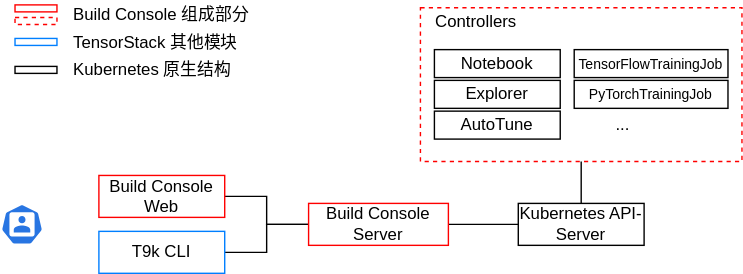
Before: src/assets/modules/building/architecture.drawio.svg, a diagram exported from draw.io (t9k/user-manuals). Source tidied: cells renumbered, new cells last; positions are measured from the earlier drawing's top-left corner, leaving out a move shared by most shapes. The source it was exported from:
```xml
<mxGraphModel>
  <root>
    <mxCell id="0" />
    <mxCell id="1" parent="0" />
    <mxCell id="2" style="edgeStyle=orthogonalEdgeStyle;rounded=0;jettySize=auto;html=1;exitX=0.5;exitY=1;exitDx=0;exitDy=0;entryX=0.5;entryY=0;entryDx=0;entryDy=0;endArrow=none;endFill=0;" parent="1" edge="1" source="3" target="10">
      <mxGeometry relative="1" as="geometry" />
    </mxCell>
    <mxCell id="3" style="rounded=0;whiteSpace=wrap;html=1;fillColor=none;dashed=1;strokeColor=#FF0000;" parent="1" vertex="1">
      <mxGeometry x="300" y="5" width="230" height="110" as="geometry" />
    </mxCell>
    <mxCell id="4" style="edgeStyle=orthogonalEdgeStyle;rounded=0;jettySize=auto;html=1;exitX=1;exitY=0.5;exitDx=0;exitDy=0;entryX=0;entryY=0.5;entryDx=0;entryDy=0;endArrow=none;endFill=0;" parent="1" edge="1" source="5" target="9">
      <mxGeometry relative="1" as="geometry" />
    </mxCell>
    <mxCell id="5" value="Build Console Web" style="rounded=0;whiteSpace=wrap;html=1;fillColor=none;strokeColor=#FF0000;" parent="1" vertex="1">
      <mxGeometry x="70" y="125" width="90" height="30" as="geometry" />
    </mxCell>
    <mxCell id="6" style="edgeStyle=orthogonalEdgeStyle;rounded=0;jettySize=auto;html=1;exitX=1;exitY=0.5;exitDx=0;exitDy=0;entryX=0;entryY=0.5;entryDx=0;entryDy=0;endArrow=none;endFill=0;" parent="1" edge="1" source="7" target="9">
      <mxGeometry relative="1" as="geometry" />
    </mxCell>
    <mxCell id="7" value="T9k CLI" style="rounded=0;whiteSpace=wrap;html=1;fillColor=none;strokeColor=#007FFF;" parent="1" vertex="1">
      <mxGeometry x="70" y="165" width="90" height="30" as="geometry" />
    </mxCell>
    <mxCell id="8" style="edgeStyle=orthogonalEdgeStyle;rounded=0;jettySize=auto;html=1;exitX=1;exitY=0.5;exitDx=0;exitDy=0;entryX=0;entryY=0.5;entryDx=0;entryDy=0;endArrow=none;endFill=0;" parent="1" edge="1" source="9" target="10">
      <mxGeometry relative="1" as="geometry" />
    </mxCell>
    <mxCell id="9" value="Build Console Server" style="rounded=0;whiteSpace=wrap;html=1;fillColor=none;strokeColor=#FF0000;" parent="1" vertex="1">
      <mxGeometry x="220" y="145" width="100" height="30" as="geometry" />
    </mxCell>
    <mxCell id="10" value="Kubernetes API-Server" style="rounded=0;whiteSpace=wrap;html=1;fillColor=none;strokeColor=#000000;" parent="1" vertex="1">
      <mxGeometry x="370" y="145" width="90" height="30" as="geometry" />
    </mxCell>
    <mxCell id="11" style="html=1;dashed=0;whitespace=wrap;fillColor=#2875E2;strokeColor=#ffffff;shape=mxgraph.kubernetes.icon;prIcon=user;" parent="1" vertex="1">
      <mxGeometry y="140.5" width="30" height="39" as="geometry" />
    </mxCell>
    <mxCell id="12" value="Notebook" style="rounded=0;whiteSpace=wrap;html=1;fillColor=none;" parent="1" vertex="1">
      <mxGeometry x="310" y="35" width="90" height="20" as="geometry" />
    </mxCell>
    <mxCell id="13" value="Explorer" style="rounded=0;whiteSpace=wrap;html=1;fillColor=none;" parent="1" vertex="1">
      <mxGeometry x="310" y="57" width="90" height="20" as="geometry" />
    </mxCell>
    <mxCell id="14" value="Controllers" style="text;html=1;strokeColor=none;fillColor=none;align=center;verticalAlign=middle;whiteSpace=wrap;rounded=0;" parent="1" vertex="1">
      <mxGeometry x="320" y="5" width="40" height="20" as="geometry" />
    </mxCell>
    <mxCell id="15" value="AutoTune" style="rounded=0;whiteSpace=wrap;html=1;fillColor=none;" parent="1" vertex="1">
      <mxGeometry x="310" y="79" width="90" height="20" as="geometry" />
    </mxCell>
    <mxCell id="16" value="&lt;font style=&quot;font-size: 10px&quot;&gt;TensorFlowTrainingJob&lt;/font&gt;" style="rounded=0;whiteSpace=wrap;html=1;fillColor=none;" parent="1" vertex="1">
      <mxGeometry x="410" y="35" width="110" height="20" as="geometry" />
    </mxCell>
    <mxCell id="17" value="&lt;font style=&quot;font-size: 10px&quot;&gt;PyTorchTrainingJob&lt;/font&gt;" style="rounded=0;whiteSpace=wrap;html=1;fillColor=none;" parent="1" vertex="1">
      <mxGeometry x="410" y="57" width="110" height="20" as="geometry" />
    </mxCell>
    <mxCell id="18" value="..." style="text;html=1;strokeColor=none;fillColor=none;align=center;verticalAlign=middle;whiteSpace=wrap;rounded=0;" parent="1" vertex="1">
      <mxGeometry x="425" y="79" width="40" height="20" as="geometry" />
    </mxCell>
    <mxCell id="19" style="rounded=0;whiteSpace=wrap;html=1;fillColor=none;strokeColor=#FF0000;" parent="1" vertex="1">
      <mxGeometry x="10" y="3" width="30" height="5" as="geometry" />
    </mxCell>
    <mxCell id="20" value="Build Console 组成部分" style="text;html=1;strokeColor=none;fillColor=none;align=left;verticalAlign=middle;whiteSpace=wrap;rounded=0;" parent="1" vertex="1">
      <mxGeometry x="50" width="140" height="20" as="geometry" />
    </mxCell>
    <mxCell id="21" style="rounded=0;whiteSpace=wrap;html=1;fillColor=none;strokeColor=#007FFF;" parent="1" vertex="1">
      <mxGeometry x="10" y="27" width="30" height="5" as="geometry" />
    </mxCell>
    <mxCell id="22" value="TensorStack 其他模块" style="text;html=1;strokeColor=none;fillColor=none;align=left;verticalAlign=middle;whiteSpace=wrap;rounded=0;" parent="1" vertex="1">
      <mxGeometry x="50" y="20" width="130" height="20" as="geometry" />
    </mxCell>
    <mxCell id="23" style="rounded=0;whiteSpace=wrap;html=1;fillColor=none;strokeColor=#000000;" parent="1" vertex="1">
      <mxGeometry x="10" y="47" width="30" height="5" as="geometry" />
    </mxCell>
    <mxCell id="24" value="Kubernetes 原生结构" style="text;html=1;strokeColor=none;fillColor=none;align=left;verticalAlign=middle;whiteSpace=wrap;rounded=0;" parent="1" vertex="1">
      <mxGeometry x="50" y="40" width="130" height="20" as="geometry" />
    </mxCell>
    <mxCell id="25" style="rounded=0;whiteSpace=wrap;html=1;fillColor=none;strokeColor=#FF0000;dashed=1;" parent="1" vertex="1">
      <mxGeometry x="10" y="12" width="30" height="5" as="geometry" />
    </mxCell>
  </root>
</mxGraphModel>
```
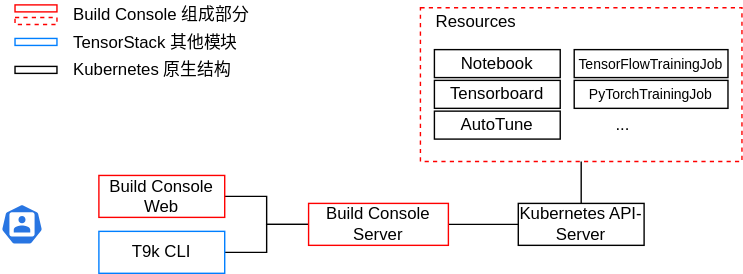
After the commit.

Change to the diagram source:
```diff
@@ -35,10 +35,10 @@
     <mxCell id="12" value="Notebook" style="rounded=0;whiteSpace=wrap;html=1;fillColor=none;" parent="1" vertex="1">
       <mxGeometry x="310" y="35" width="90" height="20" as="geometry" />
     </mxCell>
-    <mxCell id="13" value="Explorer" style="rounded=0;whiteSpace=wrap;html=1;fillColor=none;" parent="1" vertex="1">
+    <mxCell id="13" value="Tensorboard" style="rounded=0;whiteSpace=wrap;html=1;fillColor=none;" parent="1" vertex="1">
       <mxGeometry x="310" y="57" width="90" height="20" as="geometry" />
     </mxCell>
-    <mxCell id="14" value="Controllers" style="text;html=1;strokeColor=none;fillColor=none;align=center;verticalAlign=middle;whiteSpace=wrap;rounded=0;" parent="1" vertex="1">
+    <mxCell id="14" value="Resources" style="text;html=1;strokeColor=none;fillColor=none;align=center;verticalAlign=middle;whiteSpace=wrap;rounded=0;" parent="1" vertex="1">
       <mxGeometry x="320" y="5" width="40" height="20" as="geometry" />
     </mxCell>
     <mxCell id="15" value="AutoTune" style="rounded=0;whiteSpace=wrap;html=1;fillColor=none;" parent="1" vertex="1">
```
